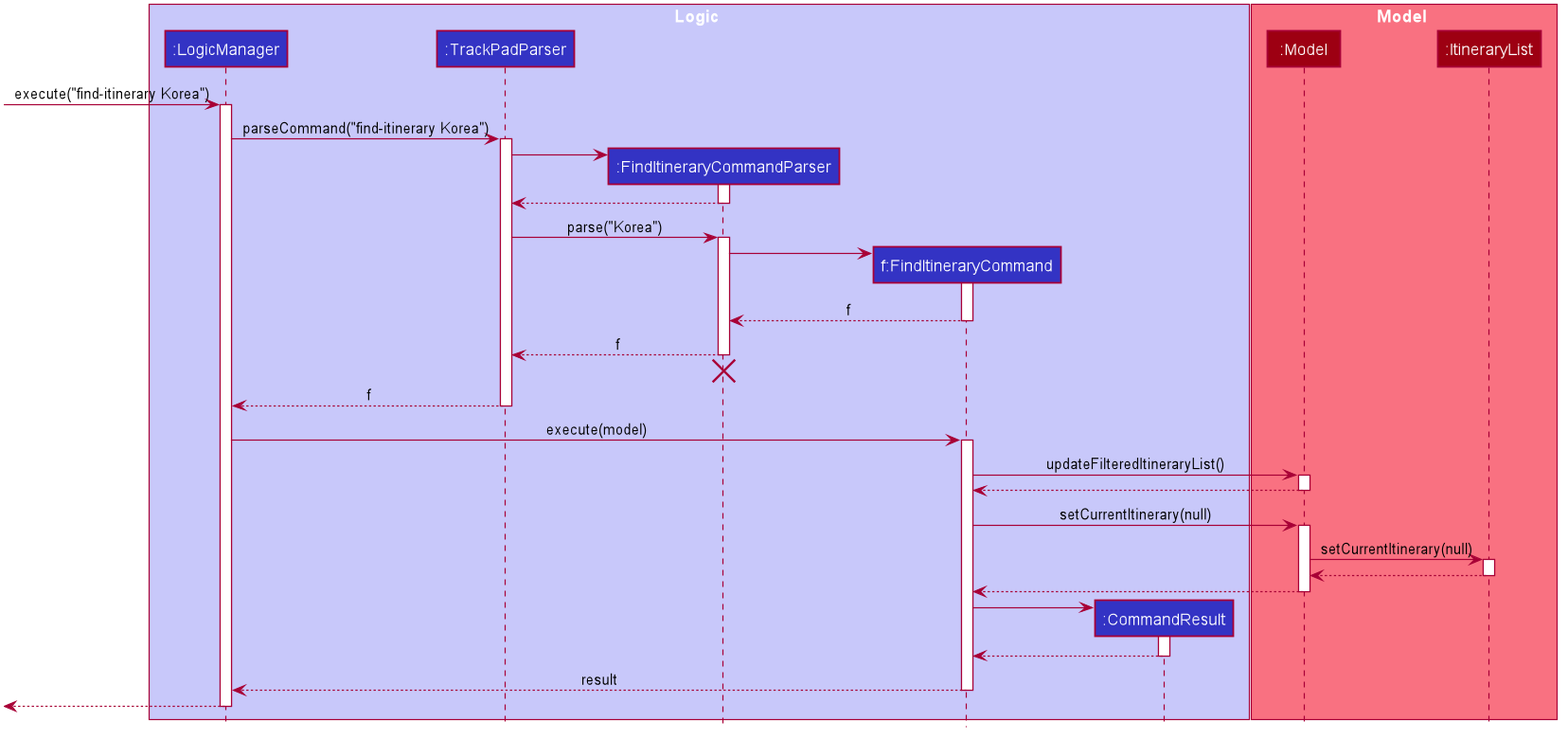
Earlier version of the PlantUML export docs/images/devguideimages/FindItinerarySequenceDiagram.png (yuxuanxc/tp).
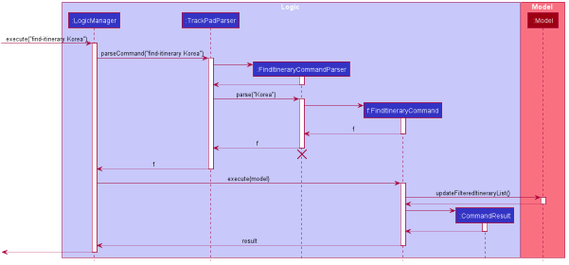
After the change.

Diff of the diagram source:
```diff
@@ -58,7 +58,6 @@
 
 box Model #F97181
 participant ":Model" as Model #9D0012
-participant ":ItineraryList" as ItineraryList #9D0012
 end box
 
 [-> LogicManager : execute("find-itinerary Korea")
@@ -101,18 +100,6 @@
 Model --> FindItineraryCommand
 deactivate Model
 
-FindItineraryCommand -> Model : setCurrentItinerary(null)
-activate Model
-
-Model -> ItineraryList : setCurrentItinerary(null)
-activate ItineraryList
-
-ItineraryList --> Model
-deactivate ItineraryList
-
-Model --> FindItineraryCommand
-deactivate Model
-
 create CommandResult
 FindItineraryCommand -> CommandResult
 activate CommandResult
```
